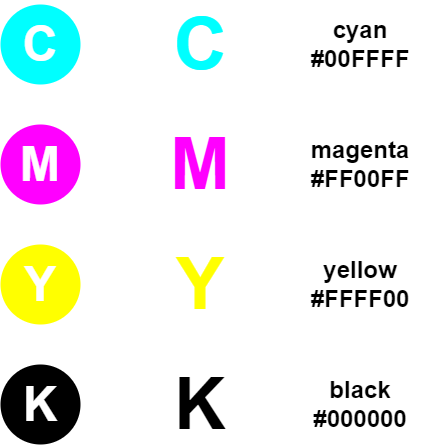
Above: CMYK.png in zoumingzhe/CMYK (draw.io), before the change. Source tidied: cells renumbered, new cells last; positions are measured from the earlier drawing's top-left corner, leaving out a move shared by most shapes. Its diagram source:
```xml
<mxGraphModel>
  <root>
    <mxCell id="0" />
    <mxCell id="1" parent="0" />
    <mxCell id="2" value="&lt;font color=&quot;#ffffff&quot; style=&quot;font-size: 48px;&quot;&gt;&lt;b style=&quot;font-size: 48px;&quot;&gt;C&lt;/b&gt;&lt;/font&gt;" style="ellipse;whiteSpace=wrap;html=1;fillColor=#00FFFF;strokeColor=none;fontSize=48;" parent="1" vertex="1">
      <mxGeometry width="80" height="80" as="geometry" />
    </mxCell>
    <mxCell id="3" value="&lt;font color=&quot;#ffffff&quot; style=&quot;font-size: 48px;&quot;&gt;&lt;b style=&quot;font-size: 48px;&quot;&gt;M&lt;/b&gt;&lt;/font&gt;" style="ellipse;whiteSpace=wrap;html=1;fillColor=#FF00FF;strokeColor=none;fontSize=48;" parent="1" vertex="1">
      <mxGeometry y="120" width="80" height="80" as="geometry" />
    </mxCell>
    <mxCell id="4" value="&lt;font color=&quot;#ffffff&quot; style=&quot;font-size: 48px;&quot;&gt;&lt;b style=&quot;font-size: 48px;&quot;&gt;Y&lt;/b&gt;&lt;/font&gt;" style="ellipse;whiteSpace=wrap;html=1;fillColor=#FFFF00;strokeColor=none;fontSize=48;" parent="1" vertex="1">
      <mxGeometry y="240" width="80" height="80" as="geometry" />
    </mxCell>
    <mxCell id="5" value="&lt;font color=&quot;#ffffff&quot; style=&quot;font-size: 48px;&quot;&gt;&lt;b style=&quot;font-size: 48px;&quot;&gt;K&lt;/b&gt;&lt;/font&gt;" style="ellipse;whiteSpace=wrap;html=1;fillColor=#000000;strokeColor=none;fontSize=48;" parent="1" vertex="1">
      <mxGeometry y="360" width="80" height="80" as="geometry" />
    </mxCell>
    <mxCell id="6" value="C" style="whiteSpace=wrap;html=1;strokeColor=none;fillColor=none;fontStyle=1;fontSize=73;fontColor=#00FFFF;" parent="1" vertex="1">
      <mxGeometry x="160" width="80" height="80" as="geometry" />
    </mxCell>
    <mxCell id="7" value="M" style="whiteSpace=wrap;html=1;strokeColor=none;fillColor=none;fontStyle=1;fontSize=72;fontColor=#FF00FF;" parent="1" vertex="1">
      <mxGeometry x="160" y="120" width="80" height="80" as="geometry" />
    </mxCell>
    <mxCell id="8" value="Y" style="whiteSpace=wrap;html=1;strokeColor=none;fillColor=none;fontStyle=1;fontSize=72;fontColor=#FFFF00;" parent="1" vertex="1">
      <mxGeometry x="160" y="240" width="80" height="80" as="geometry" />
    </mxCell>
    <mxCell id="9" value="K" style="whiteSpace=wrap;html=1;strokeColor=none;fillColor=none;fontStyle=1;fontSize=72;fontColor=#000000;" parent="1" vertex="1">
      <mxGeometry x="160" y="360" width="80" height="80" as="geometry" />
    </mxCell>
    <mxCell id="10" value="&lt;font style=&quot;font-size: 24px;&quot;&gt;&lt;span style=&quot;font-size: 24px;&quot;&gt;cyan&lt;br style=&quot;font-size: 24px;&quot;&gt;#00FFFF&lt;/span&gt;&lt;/font&gt;" style="rounded=0;whiteSpace=wrap;html=1;strokeColor=none;fillColor=none;fontSize=24;fontStyle=1;fontColor=default;" parent="1" vertex="1">
      <mxGeometry x="280" width="160" height="80" as="geometry" />
    </mxCell>
    <mxCell id="11" value="&lt;font style=&quot;font-size: 24px;&quot;&gt;&lt;b style=&quot;font-size: 24px;&quot;&gt;magenta&lt;/b&gt;&lt;/font&gt;&lt;div style=&quot;font-size: 24px;&quot;&gt;&lt;span style=&quot;font-size: 24px; font-weight: 700;&quot;&gt;#FF&lt;/span&gt;&lt;span style=&quot;font-weight: 700; background-color: initial;&quot;&gt;00&lt;/span&gt;&lt;span style=&quot;font-weight: 700; background-color: initial;&quot;&gt;FF&lt;/span&gt;&lt;/div&gt;" style="rounded=0;whiteSpace=wrap;html=1;strokeColor=none;fillColor=none;fontSize=24;fontColor=default;" parent="1" vertex="1">
      <mxGeometry x="280" y="120" width="160" height="80" as="geometry" />
    </mxCell>
    <mxCell id="12" value="&lt;font style=&quot;font-size: 24px;&quot;&gt;&lt;b style=&quot;font-size: 24px;&quot;&gt;yellow&lt;/b&gt;&lt;/font&gt;&lt;div style=&quot;font-size: 24px;&quot;&gt;&lt;span style=&quot;font-size: 24px; font-weight: 700;&quot;&gt;#FFFF&lt;/span&gt;&lt;font style=&quot;font-size: 24px;&quot;&gt;&lt;b style=&quot;font-size: 24px;&quot;&gt;&lt;/b&gt;&lt;/font&gt;&lt;span style=&quot;font-weight: 700; background-color: initial;&quot;&gt;00&lt;/span&gt;&lt;/div&gt;" style="rounded=0;whiteSpace=wrap;html=1;strokeColor=none;fillColor=none;fontSize=24;fontColor=default;" parent="1" vertex="1">
      <mxGeometry x="280" y="240" width="160" height="80" as="geometry" />
    </mxCell>
    <mxCell id="13" value="&lt;font style=&quot;font-size: 24px;&quot;&gt;&lt;b style=&quot;font-size: 24px;&quot;&gt;black&lt;/b&gt;&lt;/font&gt;&lt;div style=&quot;font-size: 24px;&quot;&gt;&lt;span style=&quot;font-size: 24px; font-weight: 700; background-color: initial;&quot;&gt;#000000&lt;/span&gt;&lt;/div&gt;" style="rounded=0;whiteSpace=wrap;html=1;strokeColor=none;fillColor=none;fontSize=24;fontColor=default;" parent="1" vertex="1">
      <mxGeometry x="280" y="360" width="160" height="80" as="geometry" />
    </mxCell>
  </root>
</mxGraphModel>
```
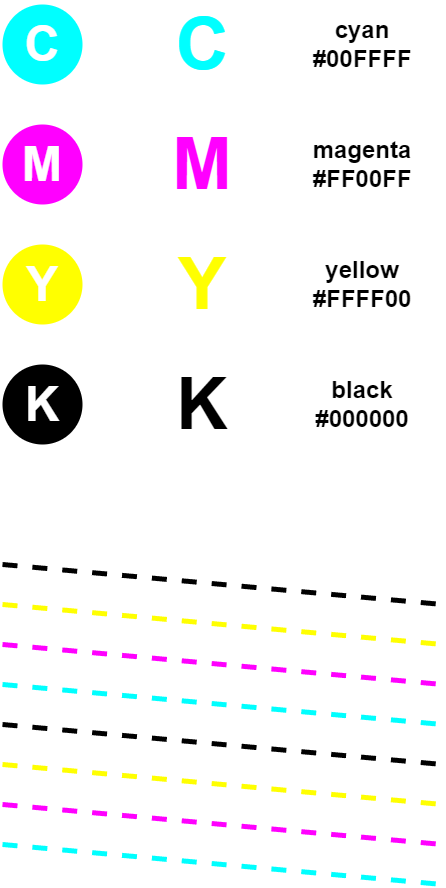
After the commit.

Diff of the diagram source:
```diff
@@ -38,5 +38,53 @@
     <mxCell id="13" value="&lt;font style=&quot;font-size: 24px;&quot;&gt;&lt;b style=&quot;font-size: 24px;&quot;&gt;black&lt;/b&gt;&lt;/font&gt;&lt;div style=&quot;font-size: 24px;&quot;&gt;&lt;span style=&quot;font-size: 24px; font-weight: 700; background-color: initial;&quot;&gt;#000000&lt;/span&gt;&lt;/div&gt;" style="rounded=0;whiteSpace=wrap;html=1;strokeColor=none;fillColor=none;fontSize=24;fontColor=default;" parent="1" vertex="1">
       <mxGeometry x="280" y="360" width="160" height="80" as="geometry" />
     </mxCell>
+    <mxCell id="14" style="endArrow=none;html=1;rounded=0;strokeColor=#000000;strokeWidth=5;dashed=1;" parent="1" edge="1">
+      <mxGeometry relative="1" as="geometry">
+        <mxPoint y="560" as="sourcePoint" />
+        <mxPoint x="440" y="600" as="targetPoint" />
+      </mxGeometry>
+    </mxCell>
+    <mxCell id="15" style="endArrow=none;html=1;rounded=0;strokeColor=#FFFF00;strokeWidth=5;dashed=1;" parent="1" edge="1">
+      <mxGeometry relative="1" as="geometry">
+        <mxPoint y="600" as="sourcePoint" />
+        <mxPoint x="440" y="640" as="targetPoint" />
+      </mxGeometry>
+    </mxCell>
+    <mxCell id="16" style="endArrow=none;html=1;rounded=0;strokeColor=#FF00FF;strokeWidth=5;dashed=1;" parent="1" edge="1">
+      <mxGeometry relative="1" as="geometry">
+        <mxPoint y="640" as="sourcePoint" />
+        <mxPoint x="440" y="680" as="targetPoint" />
+      </mxGeometry>
+    </mxCell>
+    <mxCell id="17" style="endArrow=none;html=1;rounded=0;strokeColor=#00FFFF;strokeWidth=5;dashed=1;" parent="1" edge="1">
+      <mxGeometry relative="1" as="geometry">
+        <mxPoint y="680" as="sourcePoint" />
+        <mxPoint x="440" y="720" as="targetPoint" />
+      </mxGeometry>
+    </mxCell>
+    <mxCell id="18" style="endArrow=none;html=1;rounded=0;strokeColor=#000000;strokeWidth=5;dashed=1;" parent="1" edge="1">
+      <mxGeometry relative="1" as="geometry">
+        <mxPoint y="720" as="sourcePoint" />
+        <mxPoint x="440" y="760" as="targetPoint" />
+      </mxGeometry>
+    </mxCell>
+    <mxCell id="19" style="endArrow=none;html=1;rounded=0;strokeColor=#FFFF00;strokeWidth=5;dashed=1;" parent="1" edge="1">
+      <mxGeometry relative="1" as="geometry">
+        <mxPoint y="760" as="sourcePoint" />
+        <mxPoint x="440" y="800" as="targetPoint" />
+      </mxGeometry>
+    </mxCell>
+    <mxCell id="20" style="endArrow=none;html=1;rounded=0;strokeColor=#FF00FF;strokeWidth=5;dashed=1;" parent="1" edge="1">
+      <mxGeometry relative="1" as="geometry">
+        <mxPoint y="800" as="sourcePoint" />
+        <mxPoint x="440" y="840" as="targetPoint" />
+      </mxGeometry>
+    </mxCell>
+    <mxCell id="21" style="endArrow=none;html=1;rounded=0;strokeColor=#00FFFF;strokeWidth=5;dashed=1;" parent="1" edge="1">
+      <mxGeometry relative="1" as="geometry">
+        <mxPoint y="840" as="sourcePoint" />
+        <mxPoint x="440" y="880" as="targetPoint" />
+      </mxGeometry>
+    </mxCell>
   </root>
 </mxGraphModel>
```
